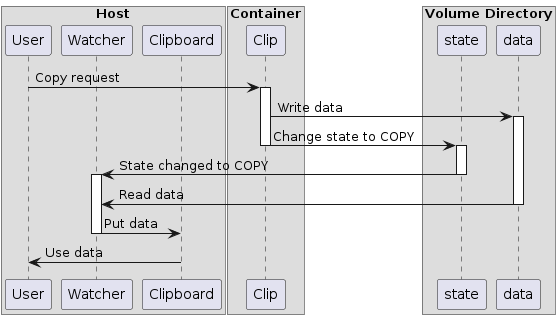
Before: resources/copy.png, a diagram exported from PlantUML (edKotinsky/clipdis).
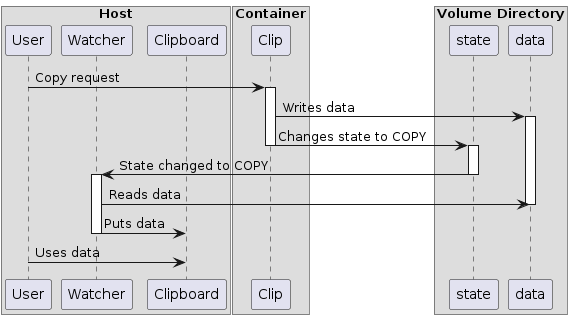
After the commit.

Commit message:
Change arrows direction and comments

The edit, as a diff of the source:
```diff
@@ -17,20 +17,20 @@
 
 User -> Clip: Copy request
 activate Clip
-Clip -> data: Write data
+Clip -> data: Writes data
 activate data
-Clip -> state: Change state to COPY
+Clip -> state: Changes state to COPY
 deactivate Clip
 activate state
 
 state -> Watcher: State changed to COPY
 deactivate state
 activate Watcher
-data -> Watcher: Read data
+data <- Watcher: Reads data
 deactivate data
-Watcher -> Clipboard: Put data
+Watcher -> Clipboard: Puts data
 deactivate Watcher
 
-User <- Clipboard: Use data
+User -> Clipboard: Uses data
 
 @enduml
```
